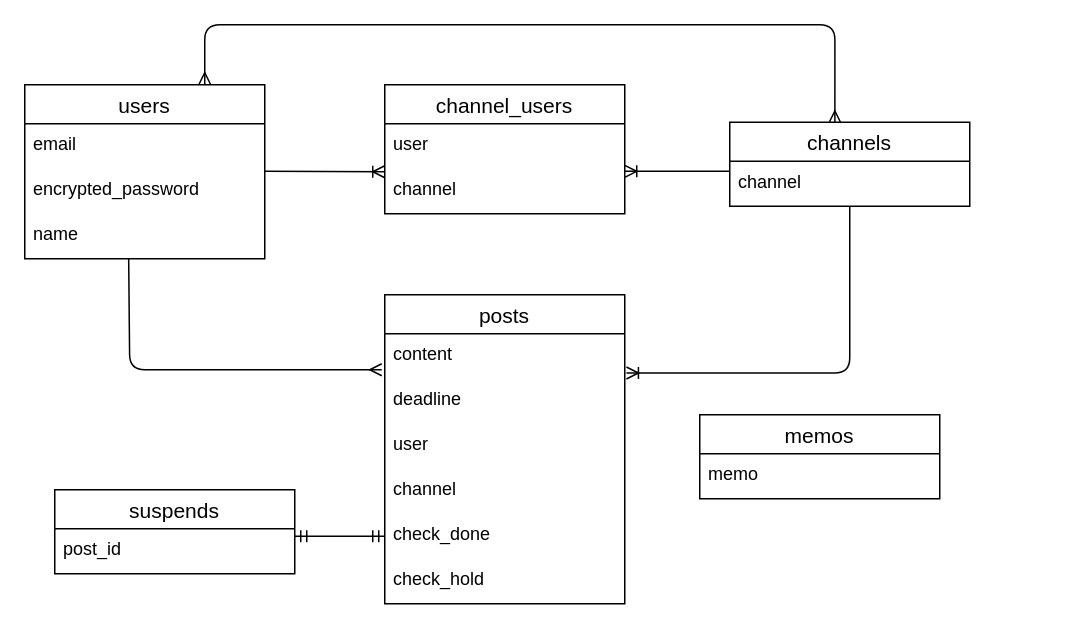
This is er_chart.dio from mk-67/work_stream, a draw.io file, before an edit. Source tidied: cells renumbered, new cells numbered last; positions are measured from the earlier drawing's top-left corner, leaving out a move shared by most shapes. Both pictures are drawn from the tidied source at 150%, with x=0, y=0 at pixel (24, 24).
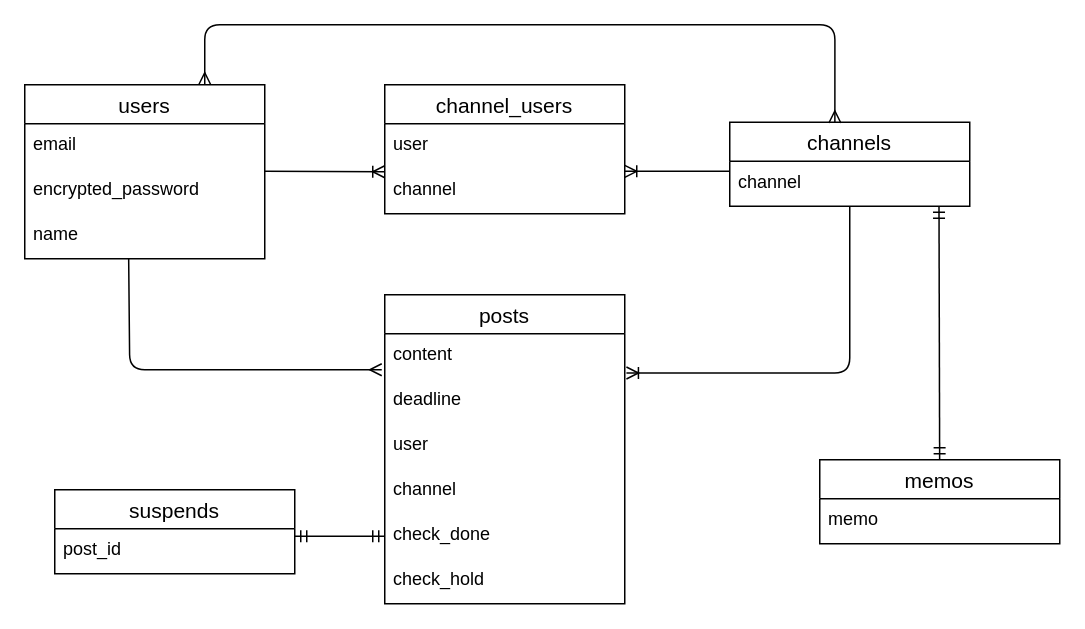
The same diagram, later.

What changed in the source:
```diff
@@
     <mxCell id="15" value="memos" style="swimlane;fontStyle=0;horizontal=1;startSize=26;align=center;fontSize=14;" parent="1" vertex="1">
-      <mxGeometry x="450" y="260" width="160" height="56" as="geometry" />
+      <mxGeometry x="530" y="290" width="160" height="56" as="geometry" />
     </mxCell>
@@
+    <mxCell id="28" style="fontSize=12;html=1;endArrow=ERmandOne;startArrow=ERmandOne;" parent="1" edge="1" source="15">
+      <mxGeometry relative="1" as="geometry">
+        <mxPoint x="609.5" y="121" as="targetPoint" />
+      </mxGeometry>
+    </mxCell>
```
